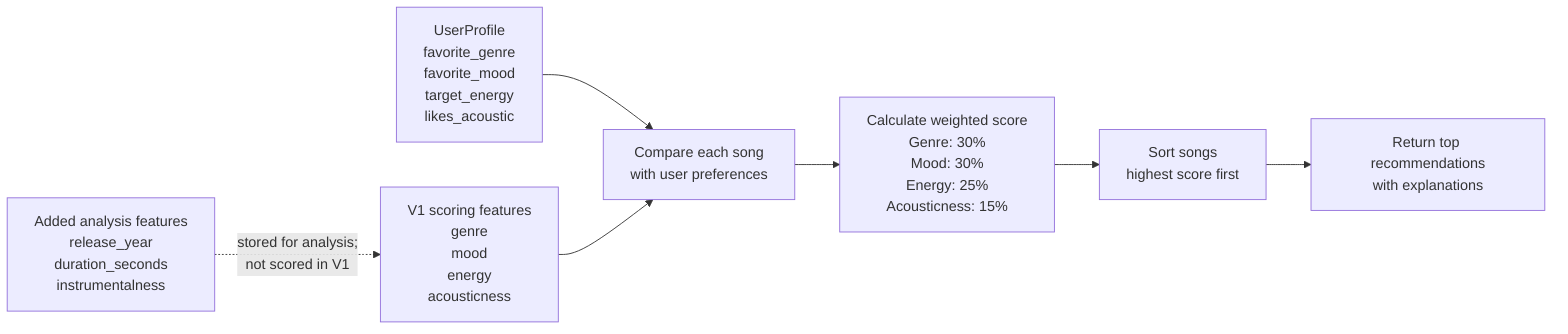
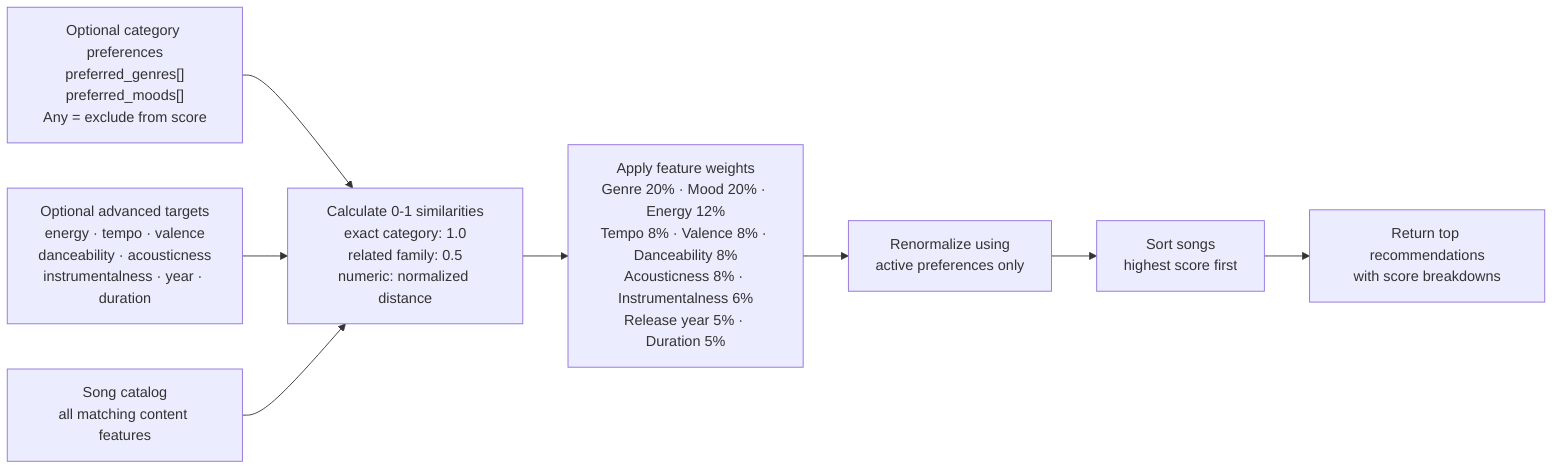
flowchart LR
-     A["UserProfile<br/>favorite_genre<br/>favorite_mood<br/>target_energy<br/>likes_acoustic"]
-     B["V1 scoring features<br/>genre<br/>mood<br/>energy<br/>acousticness"]
-     G["Added analysis features<br/>release_year<br/>duration_seconds<br/>instrumentalness"]
+     A["Optional category preferences<br/>preferred_genres[]<br/>preferred_moods[]<br/>Any = exclude from score"]
+     B["Optional advanced targets<br/>energy · tempo · valence<br/>danceability · acousticness<br/>instrumentalness · year · duration"]
+     C["Song catalog<br/>all matching content features"]

-     A --> C["Compare each song<br/>with user preferences"]
-     B --> C
-     G -. "stored for analysis;<br/>not scored in V1" .-> B
+     A --> D["Calculate 0-1 similarities<br/>exact category: 1.0<br/>related family: 0.5<br/>numeric: normalized distance"]
+     B --> D
+     C --> D

-     C --> D["Calculate weighted score<br/>Genre: 30%<br/>Mood: 30%<br/>Energy: 25%<br/>Acousticness: 15%"]
-     D --> E["Sort songs<br/>highest score first"]
-     E --> F["Return top recommendations<br/>with explanations"]
+     D --> E["Apply feature weights<br/>Genre 20% · Mood 20% · Energy 12%<br/>Tempo 8% · Valence 8% · Danceability 8%<br/>Acousticness 8% · Instrumentalness 6%<br/>Release year 5% · Duration 5%"]
+     E --> F["Renormalize using<br/>active preferences only"]
+     F --> G["Sort songs<br/>highest score first"]
+     G --> H["Return top recommendations<br/>with score breakdowns"]
